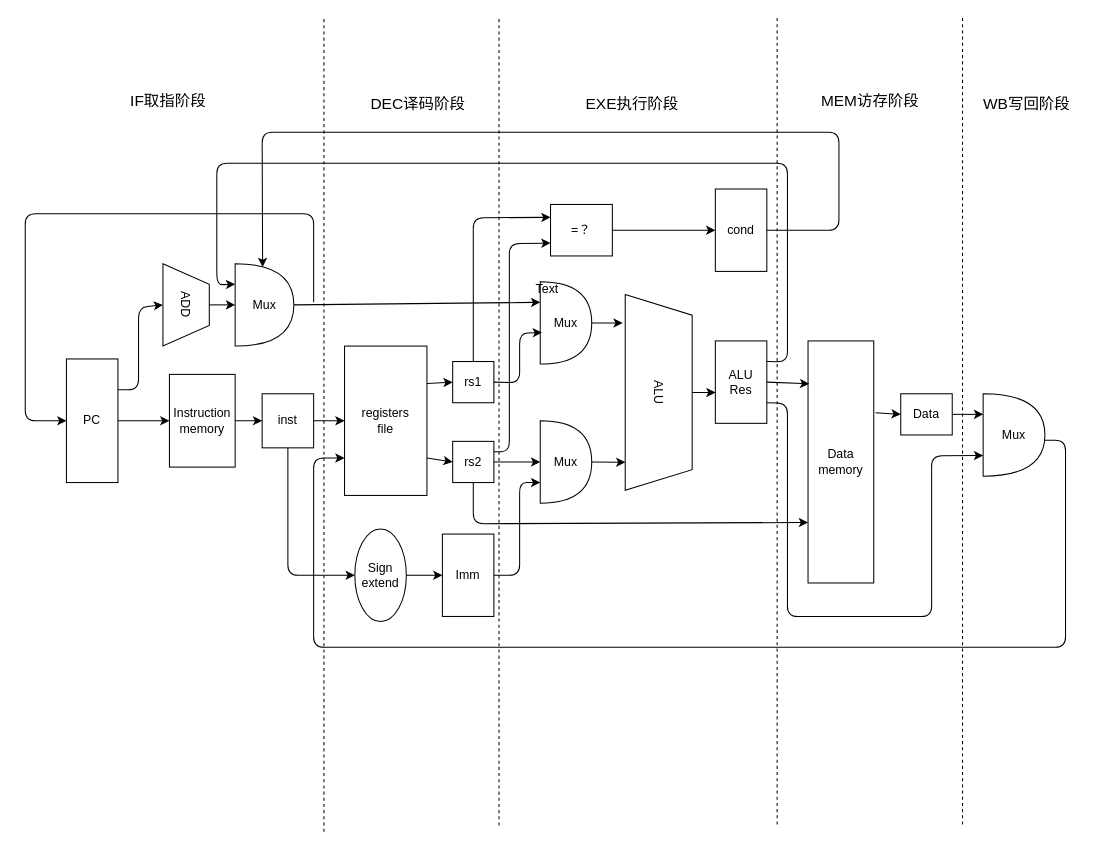
Above: processor.drawio in Ziyue-Zhang/thesis-picture (draw.io), before the change. Source tidied: cells renumbered, new cells numbered last; positions are measured from the earlier drawing's top-left corner, leaving out a move shared by most shapes. Both pictures are drawn from the tidied source at 103%, with x=0, y=0 at pixel (25, 18).
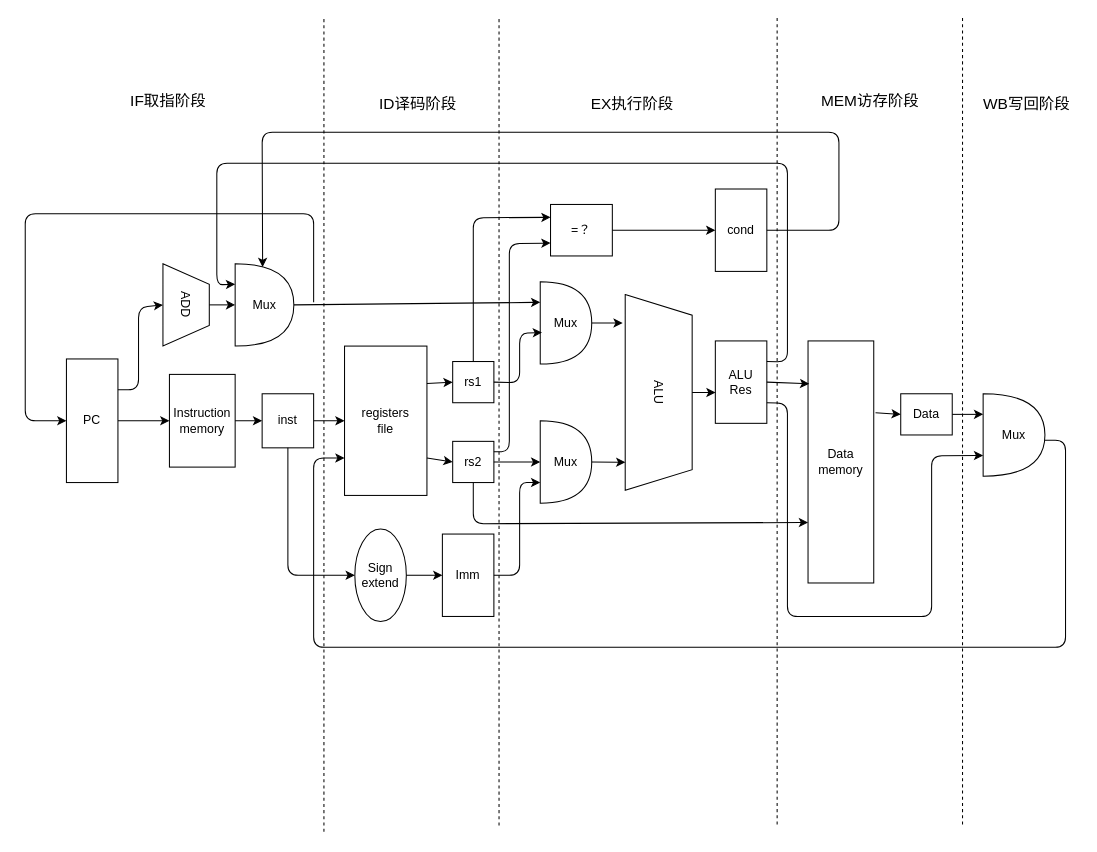
Above is the later version.

The edit, as a diff of the source:
```diff
@@
-    <mxCell id="54" value="&lt;font style=&quot;font-size: 15px&quot;&gt;DEC译码阶段&lt;/font&gt;" style="text;html=1;strokeColor=none;fillColor=none;align=center;verticalAlign=middle;whiteSpace=wrap;rounded=0;" parent="1" vertex="1">
+    <mxCell id="54" value="&lt;font style=&quot;font-size: 15px&quot;&gt;ID译码阶段&lt;/font&gt;" style="text;html=1;strokeColor=none;fillColor=none;align=center;verticalAlign=middle;whiteSpace=wrap;rounded=0;" parent="1" vertex="1">
       <mxGeometry x="331" y="73" width="101" height="20" as="geometry" />
     </mxCell>
-    <mxCell id="55" value="&lt;font style=&quot;font-size: 15px&quot;&gt;EXE执行阶段&lt;/font&gt;" style="text;html=1;strokeColor=none;fillColor=none;align=center;verticalAlign=middle;whiteSpace=wrap;rounded=0;" parent="1" vertex="1">
+    <mxCell id="55" value="&lt;font style=&quot;font-size: 15px&quot;&gt;EX执行阶段&lt;/font&gt;" style="text;html=1;strokeColor=none;fillColor=none;align=center;verticalAlign=middle;whiteSpace=wrap;rounded=0;" parent="1" vertex="1">
       <mxGeometry x="539" y="73" width="101" height="20" as="geometry" />
     </mxCell>
@@
-    <mxCell id="58" value="Text" style="text;html=1;strokeColor=none;fillColor=none;align=center;verticalAlign=middle;whiteSpace=wrap;rounded=0;" parent="1" vertex="1">
-      <mxGeometry x="487" y="253" width="40" height="20" as="geometry" />
-    </mxCell>
```
